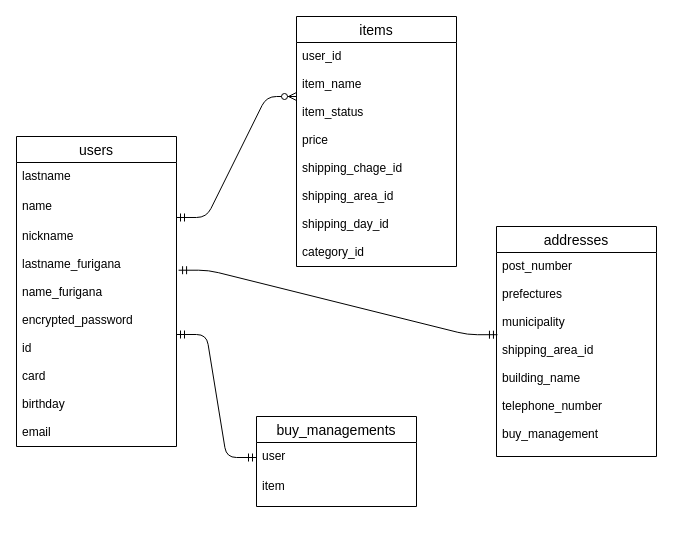
Earlier version of the draw.io diagram test.dio (Hiroyuki0083/furima-32367). Source tidied: cells renumbered, new cells numbered last; positions are measured from the earlier drawing's top-left corner, leaving out a move shared by most shapes. Both pictures are drawn from the tidied source at 100%, with x=0, y=0 at pixel (16, 16).
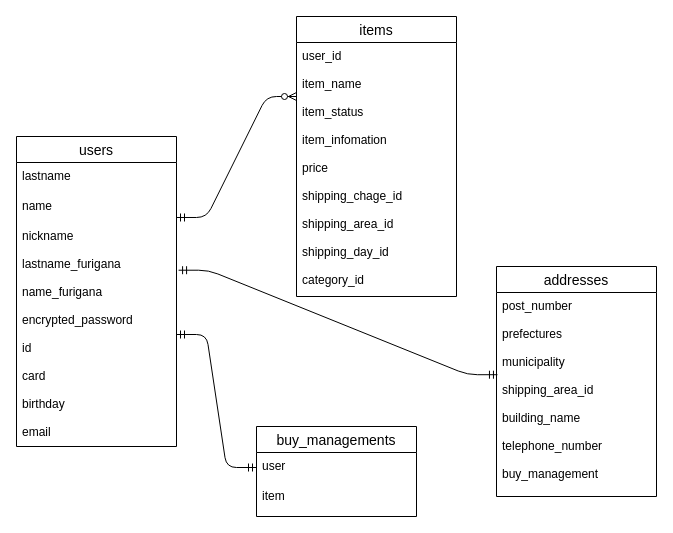
The same diagram, later.

The edit, as a diff of the source:
```diff
@@
 <mxGraphModel>
   <root>
     <mxCell id="0" />
     <mxCell id="1" parent="0" />
     <mxCell id="2" value="users" style="swimlane;fontStyle=0;horizontal=1;startSize=26;align=center;fontSize=14;" parent="1" vertex="1">
       <mxGeometry y="120" width="160" height="310" as="geometry" />
     </mxCell>
     <mxCell id="3" value="lastname" style="text;strokeColor=none;fillColor=none;spacingLeft=4;spacingRight=4;overflow=hidden;fontSize=12;" parent="2" vertex="1">
       <mxGeometry y="26" width="160" height="30" as="geometry" />
     </mxCell>
     <mxCell id="4" value="name" style="text;strokeColor=none;fillColor=none;spacingLeft=4;spacingRight=4;overflow=hidden;points=[[0,0.5],[1,0.5]];portConstraint=eastwest;fontSize=12;" parent="2" vertex="1">
       <mxGeometry y="56" width="160" height="30" as="geometry" />
     </mxCell>
     <mxCell id="5" value="nickname&#10;&#10;lastname_furigana&#10;&#10;name_furigana&#10;&#10;encrypted_password&#10;&#10;id&#10;&#10;card&#10;&#10;birthday&#10;&#10;email" style="text;strokeColor=none;fillColor=none;spacingLeft=4;spacingRight=4;overflow=hidden;points=[[0,0.5],[1,0.5]];portConstraint=eastwest;fontSize=12;" parent="2" vertex="1">
       <mxGeometry y="86" width="160" height="224" as="geometry" />
     </mxCell>
     <mxCell id="6" value="buy_managements" style="swimlane;fontStyle=0;horizontal=1;startSize=26;align=center;fontSize=14;" parent="1" vertex="1">
-      <mxGeometry x="240" y="400" width="160" height="90" as="geometry" />
+      <mxGeometry x="240" y="410" width="160" height="90" as="geometry" />
     </mxCell>
     <mxCell id="7" value="user" style="text;strokeColor=none;fillColor=none;spacingLeft=4;spacingRight=4;overflow=hidden;points=[[0,0.5],[1,0.5]];portConstraint=eastwest;fontSize=12;" parent="6" vertex="1">
       <mxGeometry y="26" width="160" height="30" as="geometry" />
     </mxCell>
     <mxCell id="8" value="item" style="text;strokeColor=none;fillColor=none;spacingLeft=4;spacingRight=4;overflow=hidden;fontSize=12;" parent="6" vertex="1">
       <mxGeometry y="56" width="160" height="34" as="geometry" />
     </mxCell>
     <mxCell id="9" value="items" style="swimlane;fontStyle=0;horizontal=1;startSize=26;align=center;fontSize=14;" parent="1" vertex="1">
-      <mxGeometry x="280" width="160" height="250" as="geometry" />
+      <mxGeometry x="280" width="160" height="280" as="geometry" />
     </mxCell>
-    <mxCell id="10" value="user_id&#10;&#10;item_name&#10;&#10;item_status&#10;&#10;price&#10;&#10;shipping_chage_id&#10;&#10;shipping_area_id&#10;&#10;shipping_day_id&#10;&#10;category_id" style="text;strokeColor=none;fillColor=none;spacingLeft=4;spacingRight=4;overflow=hidden;fontSize=12;" parent="9" vertex="1">
-      <mxGeometry y="26" width="160" height="224" as="geometry" />
+    <mxCell id="10" value="user_id&#10;&#10;item_name&#10;&#10;item_status&#10;&#10;item_infomation&#10;&#10;price&#10;&#10;shipping_chage_id&#10;&#10;shipping_area_id&#10;&#10;shipping_day_id&#10;&#10;category_id" style="text;strokeColor=none;fillColor=none;spacingLeft=4;spacingRight=4;overflow=hidden;fontSize=12;" parent="9" vertex="1">
+      <mxGeometry y="26" width="160" height="254" as="geometry" />
     </mxCell>
     <mxCell id="11" style="edgeStyle=entityRelationEdgeStyle;fontSize=12;html=1;endArrow=ERzeroToMany;startArrow=ERmandOne;exitX=1;exitY=0.833;exitDx=0;exitDy=0;exitPerimeter=0;" parent="1" edge="1" source="4">
       <mxGeometry relative="1" as="geometry">
         <mxPoint x="280" y="80" as="targetPoint" />
       </mxGeometry>
     </mxCell>
     <mxCell id="12" style="edgeStyle=entityRelationEdgeStyle;fontSize=12;html=1;endArrow=ERmandOne;startArrow=ERmandOne;entryX=0;entryY=0.5;entryDx=0;entryDy=0;" parent="1" edge="1" source="5" target="7">
       <mxGeometry relative="1" as="geometry" />
     </mxCell>
     <mxCell id="13" value="addresses" style="swimlane;fontStyle=0;horizontal=1;startSize=26;align=center;fontSize=14;" parent="1" vertex="1">
-      <mxGeometry x="480" y="210" width="160" height="230" as="geometry" />
+      <mxGeometry x="480" y="250" width="160" height="230" as="geometry" />
     </mxCell>
     <mxCell id="14" value="post_number&#10;&#10;prefectures&#10;&#10;municipality&#10;&#10;shipping_area_id&#10;&#10;building_name&#10;&#10;telephone_number&#10;&#10;buy_management" style="text;strokeColor=none;fillColor=none;spacingLeft=4;spacingRight=4;overflow=hidden;points=[[0,0.5],[1,0.5]];portConstraint=eastwest;fontSize=12;" parent="13" vertex="1">
       <mxGeometry y="26" width="160" height="204" as="geometry" />
     </mxCell>
     <mxCell id="15" style="edgeStyle=entityRelationEdgeStyle;fontSize=12;html=1;endArrow=ERmandOne;startArrow=ERmandOne;entryX=0.006;entryY=0.403;entryDx=0;entryDy=0;entryPerimeter=0;exitX=1.013;exitY=0.213;exitDx=0;exitDy=0;exitPerimeter=0;" parent="1" edge="1" source="5" target="14">
       <mxGeometry relative="1" as="geometry" />
     </mxCell>
   </root>
 </mxGraphModel>
```
